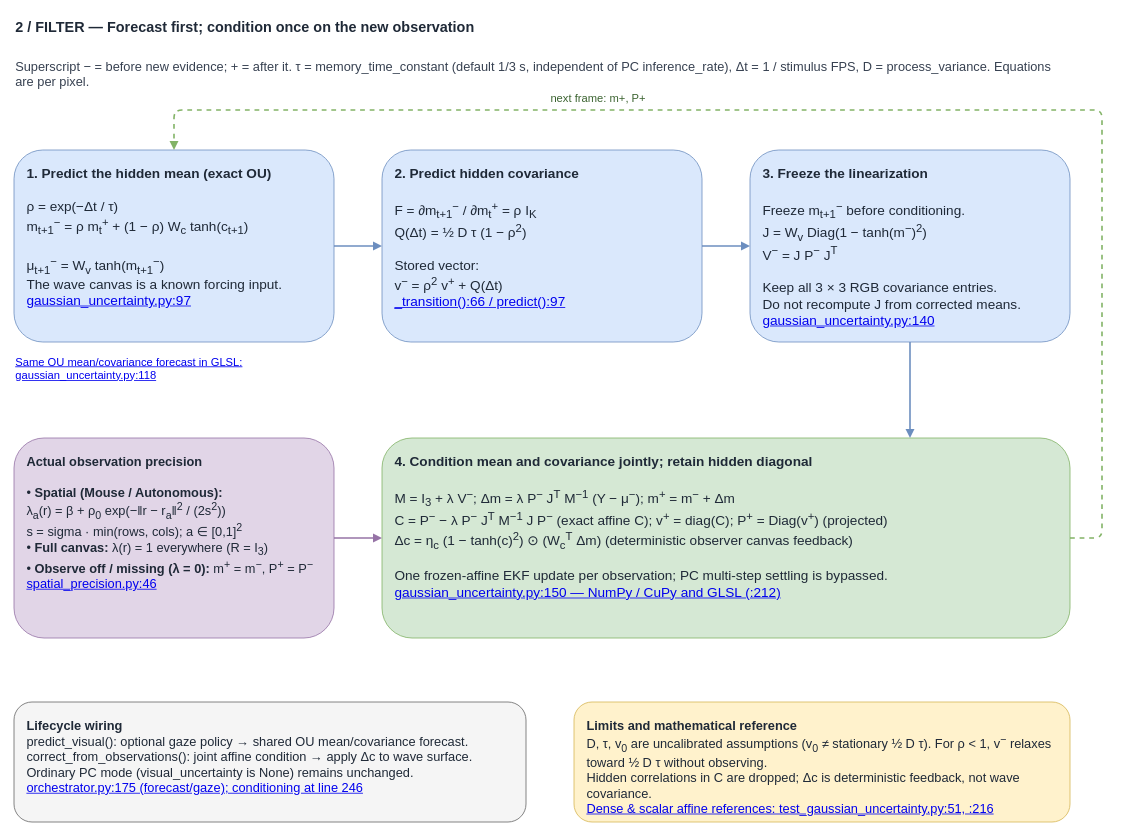
The draw.io diagram page "2 - Forecast and conditioning" (2 of 3) of docs/predictive-uncertainty-math.drawio in EternalGoldenBraid/AudioViz, before the edit. Source tidied: cells renumbered, new cells numbered last; positions are measured from the earlier drawing's top-left corner, leaving out a move shared by most shapes. Both pictures are drawn from the tidied source at 80%, with x=0, y=0 at pixel (14, 14).
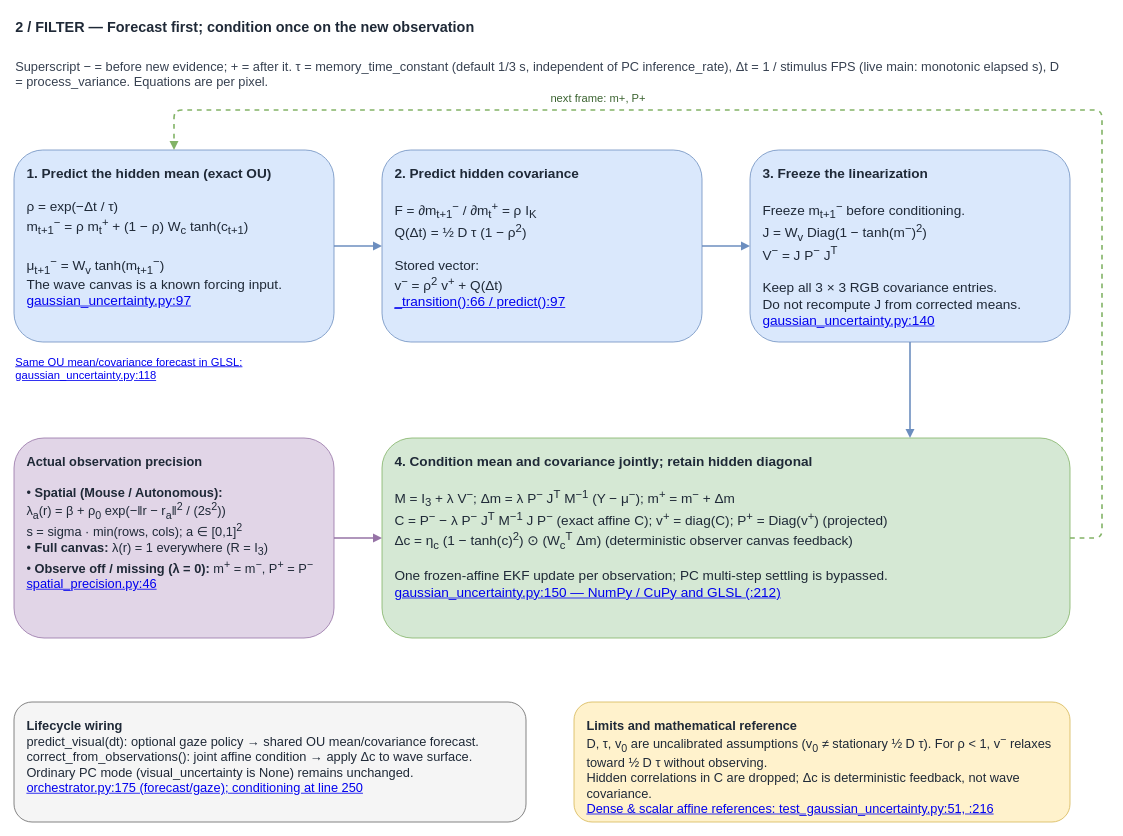
The same diagram, later.

Commit message (it also covers changes not shown here):
Active vision: sync docs and diagram for live main camera-only integration

The edit, as a diff of the source:
```diff
@@
 <mxGraphModel background="#ffffff">
   <root>
     <mxCell id="0" />
     <mxCell id="1" parent="0" />
     <mxCell id="2" value="2 / FILTER — Forecast first; condition once on the new observation" style="text;whiteSpace=wrap;html=1;fontSize=18;fontStyle=1;align=left;fontColor=#1f2937;" parent="1" vertex="1">
       <mxGeometry width="1320" height="40" as="geometry" />
     </mxCell>
-    <mxCell id="3" value="Superscript − = before new evidence; + = after it. τ = memory_time_constant (default 1/3 s, independent of PC inference_rate), Δt = 1 / stimulus FPS, D = process_variance. Equations are per pixel." style="text;whiteSpace=wrap;html=1;fontSize=16;align=left;fontColor=#374151;" parent="1" vertex="1">
+    <mxCell id="3" value="Superscript − = before new evidence; + = after it. τ = memory_time_constant (default 1/3 s, independent of PC inference_rate), Δt = 1 / stimulus FPS (live main: monotonic elapsed s), D = process_variance. Equations are per pixel." style="text;whiteSpace=wrap;html=1;fontSize=16;align=left;fontColor=#374151;" parent="1" vertex="1">
       <mxGeometry y="50" width="1320" height="40" as="geometry" />
     </mxCell>
     <mxCell id="4" value="&lt;b&gt;1. Predict the hidden mean (exact OU)&lt;/b&gt;&lt;br&gt;&lt;br&gt;ρ = exp(−Δt / τ)&lt;br&gt;m&lt;sub&gt;t+1&lt;/sub&gt;&lt;sup&gt;−&lt;/sup&gt; = ρ m&lt;sub&gt;t&lt;/sub&gt;&lt;sup&gt;+&lt;/sup&gt; + (1 − ρ) W&lt;sub&gt;c&lt;/sub&gt; tanh(c&lt;sub&gt;t+1&lt;/sub&gt;)&lt;br&gt;&lt;br&gt;μ&lt;sub&gt;t+1&lt;/sub&gt;&lt;sup&gt;−&lt;/sup&gt; = W&lt;sub&gt;v&lt;/sub&gt; tanh(m&lt;sub&gt;t+1&lt;/sub&gt;&lt;sup&gt;−&lt;/sup&gt;)&lt;br&gt;The wave canvas is a known forcing input.&lt;br&gt;&lt;a href=&quot;vscode://file/home/nicklas/Projects/AudioViz/src/audioviz/readouts/gaussian_uncertainty.py:97:1&quot;&gt;gaussian_uncertainty.py:97&lt;/a&gt;" style="rounded=1;whiteSpace=wrap;html=1;fillColor=#dae8fc;strokeColor=#6c8ebf;fontColor=#1f2937;fontSize=17;align=left;verticalAlign=top;spacing=16;" parent="1" vertex="1">
       <mxGeometry y="170" width="400" height="240" as="geometry" />
     </mxCell>
     <mxCell id="5" value="&lt;b&gt;2. Predict hidden covariance&lt;/b&gt;&lt;br&gt;&lt;br&gt;F = ∂m&lt;sub&gt;t+1&lt;/sub&gt;&lt;sup&gt;−&lt;/sup&gt; / ∂m&lt;sub&gt;t&lt;/sub&gt;&lt;sup&gt;+&lt;/sup&gt; = ρ I&lt;sub&gt;K&lt;/sub&gt;&lt;br&gt;Q(Δt) = ½ D τ (1 − ρ&lt;sup&gt;2&lt;/sup&gt;)&lt;br&gt;&lt;br&gt;Stored vector:&lt;br&gt;v&lt;sup&gt;−&lt;/sup&gt; = ρ&lt;sup&gt;2&lt;/sup&gt; v&lt;sup&gt;+&lt;/sup&gt; + Q(Δt)&lt;br&gt;&lt;a href=&quot;vscode://file/home/nicklas/Projects/AudioViz/src/audioviz/readouts/gaussian_uncertainty.py:66:1&quot;&gt;_transition():66 / predict():97&lt;/a&gt;" style="rounded=1;whiteSpace=wrap;html=1;fillColor=#dae8fc;strokeColor=#6c8ebf;fontColor=#1f2937;fontSize=17;align=left;verticalAlign=top;spacing=16;" parent="1" vertex="1">
       <mxGeometry x="460" y="170" width="400" height="240" as="geometry" />
     </mxCell>
     <mxCell id="6" value="&lt;b&gt;3. Freeze the linearization&lt;/b&gt;&lt;br&gt;&lt;br&gt;Freeze m&lt;sub&gt;t+1&lt;/sub&gt;&lt;sup&gt;−&lt;/sup&gt; before conditioning.&lt;br&gt;J = W&lt;sub&gt;v&lt;/sub&gt; Diag(1 − tanh(m&lt;sup&gt;−&lt;/sup&gt;)&lt;sup&gt;2&lt;/sup&gt;)&lt;br&gt;V&lt;sup&gt;−&lt;/sup&gt; = J P&lt;sup&gt;−&lt;/sup&gt; J&lt;sup&gt;T&lt;/sup&gt;&lt;br&gt;&lt;br&gt;Keep all 3 × 3 RGB covariance entries.&lt;br&gt;Do not recompute J from corrected means.&lt;br&gt;&lt;a href=&quot;vscode://file/home/nicklas/Projects/AudioViz/src/audioviz/readouts/gaussian_uncertainty.py:140:1&quot;&gt;gaussian_uncertainty.py:140&lt;/a&gt;" style="rounded=1;whiteSpace=wrap;html=1;fillColor=#dae8fc;strokeColor=#6c8ebf;fontColor=#1f2937;fontSize=17;align=left;verticalAlign=top;spacing=16;" parent="1" vertex="1">
       <mxGeometry x="920" y="170" width="400" height="240" as="geometry" />
     </mxCell>
     <mxCell id="7" value="&lt;a href=&quot;vscode://file/home/nicklas/Projects/AudioViz/src/audioviz/readouts/gaussian_uncertainty.py:118:1&quot;&gt;Same OU mean/covariance forecast in GLSL: gaussian_uncertainty.py:118&lt;/a&gt;" style="text;whiteSpace=wrap;html=1;fontSize=14;align=left;fontColor=#1e5a90;" parent="1" vertex="1">
       <mxGeometry y="420" width="400" height="50" as="geometry" />
     </mxCell>
     <mxCell id="8" value="&lt;b&gt;Actual observation precision&lt;/b&gt;&lt;br&gt;&lt;br&gt;• &lt;b&gt;Spatial (Mouse / Autonomous):&lt;/b&gt;&lt;br&gt;  λ&lt;sub&gt;a&lt;/sub&gt;(r) = β + ρ&lt;sub&gt;0&lt;/sub&gt; exp(−‖r − r&lt;sub&gt;a&lt;/sub&gt;‖&lt;sup&gt;2&lt;/sup&gt; / (2s&lt;sup&gt;2&lt;/sup&gt;))&lt;br&gt;  s = sigma · min(rows, cols); a ∈ [0,1]&lt;sup&gt;2&lt;/sup&gt;&lt;br&gt;• &lt;b&gt;Full canvas:&lt;/b&gt; λ(r) = 1 everywhere (R = I&lt;sub&gt;3&lt;/sub&gt;)&lt;br&gt;• &lt;b&gt;Observe off / missing (λ = 0):&lt;/b&gt; m&lt;sup&gt;+&lt;/sup&gt; = m&lt;sup&gt;−&lt;/sup&gt;, P&lt;sup&gt;+&lt;/sup&gt; = P&lt;sup&gt;−&lt;/sup&gt;&lt;br&gt;&lt;a href=&quot;vscode://file/home/nicklas/Projects/AudioViz/src/audioviz/readouts/spatial_precision.py:46:1&quot;&gt;spatial_precision.py:46&lt;/a&gt;" style="rounded=1;whiteSpace=wrap;html=1;fillColor=#e1d5e7;strokeColor=#9673a6;fontColor=#1f2937;fontSize=16;align=left;verticalAlign=top;spacing=16;" parent="1" vertex="1">
       <mxGeometry y="530" width="400" height="250" as="geometry" />
     </mxCell>
     <mxCell id="9" value="&lt;b&gt;4. Condition mean and covariance jointly; retain hidden diagonal&lt;/b&gt;&lt;br&gt;&lt;br&gt;M = I&lt;sub&gt;3&lt;/sub&gt; + λ V&lt;sup&gt;−&lt;/sup&gt;;  Δm = λ P&lt;sup&gt;−&lt;/sup&gt; J&lt;sup&gt;T&lt;/sup&gt; M&lt;sup&gt;−1&lt;/sup&gt; (Y − μ&lt;sup&gt;−&lt;/sup&gt;);  m&lt;sup&gt;+&lt;/sup&gt; = m&lt;sup&gt;−&lt;/sup&gt; + Δm&lt;br&gt;C = P&lt;sup&gt;−&lt;/sup&gt; − λ P&lt;sup&gt;−&lt;/sup&gt; J&lt;sup&gt;T&lt;/sup&gt; M&lt;sup&gt;−1&lt;/sup&gt; J P&lt;sup&gt;−&lt;/sup&gt; (exact affine C);  v&lt;sup&gt;+&lt;/sup&gt; = diag(C);  P&lt;sup&gt;+&lt;/sup&gt; = Diag(v&lt;sup&gt;+&lt;/sup&gt;) (projected)&lt;br&gt;Δc = η&lt;sub&gt;c&lt;/sub&gt; (1 − tanh(c)&lt;sup&gt;2&lt;/sup&gt;) ⊙ (W&lt;sub&gt;c&lt;/sub&gt;&lt;sup&gt;T&lt;/sup&gt; Δm)  (deterministic observer canvas feedback)&lt;br&gt;&lt;br&gt;One frozen-affine EKF update per observation; PC multi-step settling is bypassed.&lt;br&gt;&lt;a href=&quot;vscode://file/home/nicklas/Projects/AudioViz/src/audioviz/readouts/gaussian_uncertainty.py:150:1&quot;&gt;gaussian_uncertainty.py:150 — NumPy / CuPy and GLSL (:212)&lt;/a&gt;" style="rounded=1;whiteSpace=wrap;html=1;fillColor=#d5e8d4;strokeColor=#82b366;fontColor=#1f2937;fontSize=17;align=left;verticalAlign=top;spacing=16;" parent="1" vertex="1">
       <mxGeometry x="460" y="530" width="860" height="250" as="geometry" />
     </mxCell>
-    <mxCell id="10" value="&lt;b&gt;Lifecycle wiring&lt;/b&gt;&lt;br&gt;predict_visual(): optional gaze policy → shared OU mean/covariance forecast.&lt;br&gt;correct_from_observations(): joint affine condition → apply Δc to wave surface.&lt;br&gt;Ordinary PC mode (visual_uncertainty is None) remains unchanged.&lt;br&gt;&lt;a href=&quot;vscode://file/home/nicklas/Projects/AudioViz/src/audioviz/sources/orchestrator.py:175:1&quot;&gt;orchestrator.py:175 (forecast/gaze); conditioning at line 246&lt;/a&gt;" style="rounded=1;whiteSpace=wrap;html=1;fillColor=#f5f5f5;strokeColor=#666666;fontColor=#1f2937;fontSize=16;align=left;verticalAlign=top;spacing=16;" parent="1" vertex="1">
+    <mxCell id="10" value="&lt;b&gt;Lifecycle wiring&lt;/b&gt;&lt;br&gt;predict_visual(dt): optional gaze policy → shared OU mean/covariance forecast.&lt;br&gt;correct_from_observations(): joint affine condition → apply Δc to wave surface.&lt;br&gt;Ordinary PC mode (visual_uncertainty is None) remains unchanged.&lt;br&gt;&lt;a href=&quot;vscode://file/home/nicklas/Projects/AudioViz/src/audioviz/sources/orchestrator.py:175:1&quot;&gt;orchestrator.py:175 (forecast/gaze); conditioning at line 250&lt;/a&gt;" style="rounded=1;whiteSpace=wrap;html=1;fillColor=#f5f5f5;strokeColor=#666666;fontColor=#1f2937;fontSize=16;align=left;verticalAlign=top;spacing=16;" parent="1" vertex="1">
       <mxGeometry y="860" width="640" height="150" as="geometry" />
     </mxCell>
     <mxCell id="11" value="&lt;b&gt;Limits and mathematical reference&lt;/b&gt;&lt;br&gt;D, τ, v&lt;sub&gt;0&lt;/sub&gt; are uncalibrated assumptions (v&lt;sub&gt;0&lt;/sub&gt; ≠ stationary ½ D τ). For ρ &amp;lt; 1, v&lt;sup&gt;−&lt;/sup&gt; relaxes toward ½ D τ without observing.&lt;br&gt;Hidden correlations in C are dropped; Δc is deterministic feedback, not wave covariance.&lt;br&gt;&lt;a href=&quot;vscode://file/home/nicklas/Projects/AudioViz/tests/readouts/test_gaussian_uncertainty.py:51:1&quot;&gt;Dense &amp;amp; scalar affine references: test_gaussian_uncertainty.py:51, :216&lt;/a&gt;" style="rounded=1;whiteSpace=wrap;html=1;fillColor=#fff2cc;strokeColor=#d6b656;fontColor=#1f2937;fontSize=16;align=left;verticalAlign=top;spacing=16;" parent="1" vertex="1">
       <mxGeometry x="700" y="860" width="620" height="150" as="geometry" />
     </mxCell>
     <mxCell id="12" style="edgeStyle=orthogonalEdgeStyle;html=1;strokeColor=#6c8ebf;strokeWidth=2;endArrow=block;exitX=1;exitY=0.5;entryX=0;entryY=0.5;" parent="1" edge="1" source="4" target="5">
       <mxGeometry relative="1" as="geometry" />
     </mxCell>
     <mxCell id="13" style="edgeStyle=orthogonalEdgeStyle;html=1;strokeColor=#6c8ebf;strokeWidth=2;endArrow=block;exitX=1;exitY=0.5;entryX=0;entryY=0.5;" parent="1" edge="1" source="5" target="6">
       <mxGeometry relative="1" as="geometry" />
     </mxCell>
     <mxCell id="14" style="edgeStyle=orthogonalEdgeStyle;html=1;strokeColor=#6c8ebf;strokeWidth=2;endArrow=block;exitX=0.5;exitY=1;entryX=0.76744;entryY=0;" parent="1" edge="1" source="6" target="9">
       <mxGeometry relative="1" as="geometry" />
     </mxCell>
     <mxCell id="15" style="edgeStyle=orthogonalEdgeStyle;html=1;strokeColor=#9673a6;strokeWidth=2;endArrow=block;exitX=1;exitY=0.5;entryX=0;entryY=0.5;" parent="1" edge="1" source="8" target="9">
       <mxGeometry relative="1" as="geometry" />
     </mxCell>
     <mxCell id="16" value="next frame: m+, P+" style="edgeStyle=orthogonalEdgeStyle;html=1;strokeColor=#82b366;strokeWidth=2;endArrow=block;dashed=1;fontSize=14;fontColor=#3b6330;labelBackgroundColor=#ffffff;exitX=1;exitY=0.5;entryX=0.5;entryY=0;" parent="1" edge="1" source="9" target="4">
       <mxGeometry x="0.35" y="-15" relative="1" as="geometry">
         <Array as="points">
           <mxPoint x="1360" y="655" />
           <mxPoint x="1360" y="120" />
           <mxPoint x="200" y="120" />
         </Array>
       </mxGeometry>
     </mxCell>
   </root>
 </mxGraphModel>
```
